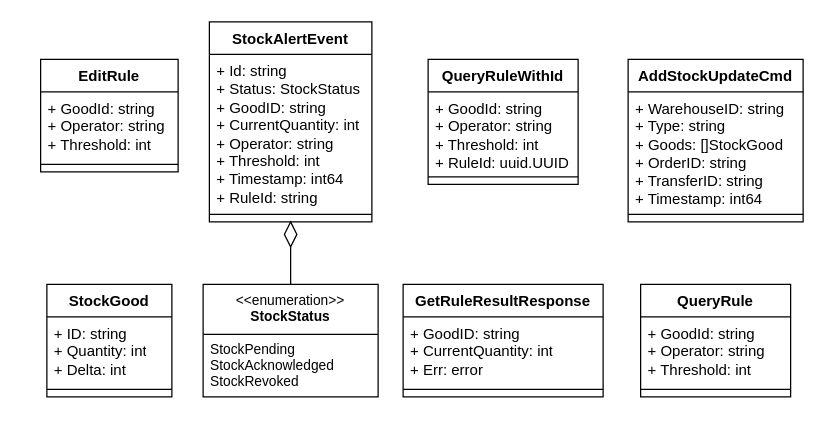
alimitedgroup/alimitedgroup.github.io keeps this draw.io diagram as page "types" (4 of 4) of assets/drawio/notification.drawio. Above is the earlier version. Source tidied: cells renumbered, new cells numbered last; positions are measured from the earlier drawing's top-left corner, leaving out a move shared by most shapes. Both pictures are drawn from the tidied source at 125%, with x=0, y=0 at pixel (40, 21).
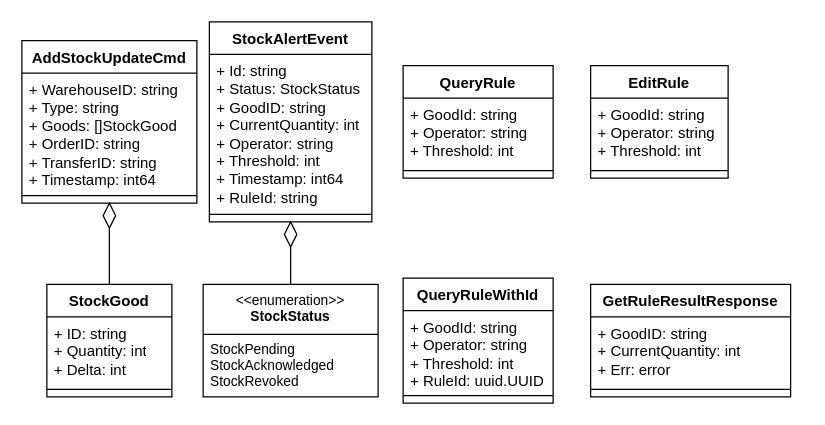
Above is the later version.

Commit message:
notification: fix "types" package layout

The change refers to these unchanged cells:
```xml
<mxCell id="18" value="StockGood" style="swimlane;fontStyle=1;align=center;verticalAlign=top;horizontal=1;startSize=26;whiteSpace=wrap;html=1;" parent="1" vertex="1">
  <mxGeometry x="5" y="210" width="100" height="90" as="geometry" />
</mxCell>
```

Change to the diagram source:
```diff
@@
     <mxCell id="2" value="QueryRule" style="swimlane;fontStyle=1;align=center;verticalAlign=top;horizontal=1;startSize=26;whiteSpace=wrap;html=1;" parent="1" vertex="1">
-      <mxGeometry x="480" y="210" width="120" height="90" as="geometry" />
+      <mxGeometry x="290" y="35" width="120" height="90" as="geometry" />
     </mxCell>
@@
     <mxCell id="6" value="QueryRuleWithId" style="swimlane;fontStyle=1;align=center;verticalAlign=top;horizontal=1;startSize=26;whiteSpace=wrap;html=1;" parent="1" vertex="1">
-      <mxGeometry x="310" y="30" width="120" height="100" as="geometry" />
+      <mxGeometry x="290" y="205" width="120" height="100" as="geometry" />
     </mxCell>
@@
     <mxCell id="10" value="EditRule" style="swimlane;fontStyle=1;align=center;verticalAlign=top;horizontal=1;startSize=26;whiteSpace=wrap;html=1;" parent="1" vertex="1">
-      <mxGeometry y="30" width="110" height="90" as="geometry" />
+      <mxGeometry x="440" y="35" width="110" height="90" as="geometry" />
     </mxCell>
@@
     <mxCell id="14" value="AddStockUpdateCmd" style="swimlane;fontStyle=1;align=center;verticalAlign=top;horizontal=1;startSize=26;whiteSpace=wrap;html=1;" parent="1" vertex="1">
-      <mxGeometry x="470" y="30" width="140" height="130" as="geometry" />
+      <mxGeometry x="-15" y="15" width="140" height="130" as="geometry" />
     </mxCell>
@@
     <mxCell id="22" value="GetRuleResultResponse" style="swimlane;fontStyle=1;align=center;verticalAlign=top;horizontal=1;startSize=26;whiteSpace=wrap;html=1;" parent="1" vertex="1">
-      <mxGeometry x="290" y="210" width="160" height="90" as="geometry" />
+      <mxGeometry x="440" y="210" width="160" height="90" as="geometry" />
     </mxCell>
@@
+    <mxCell id="34" style="rhombus;whiteSpace=wrap;html=1;fontFamily=Helvetica;fontSize=11;fontColor=default;labelBackgroundColor=default;" parent="1" vertex="1">
+      <mxGeometry x="50" y="145" width="10" height="20" as="geometry" />
+    </mxCell>
+    <mxCell id="35" style="endArrow=none;html=1;rounded=0;endFill=0;endSize=7;strokeColor=default;align=center;verticalAlign=middle;fontFamily=Helvetica;fontSize=11;fontColor=default;labelBackgroundColor=default;edgeStyle=orthogonalEdgeStyle;entryX=0.5;entryY=0;entryDx=0;entryDy=0;exitX=0.5;exitY=1;exitDx=0;exitDy=0;startFill=0;" parent="1" edge="1" source="34" target="18">
+      <mxGeometry relative="1" as="geometry" />
+    </mxCell>
```
